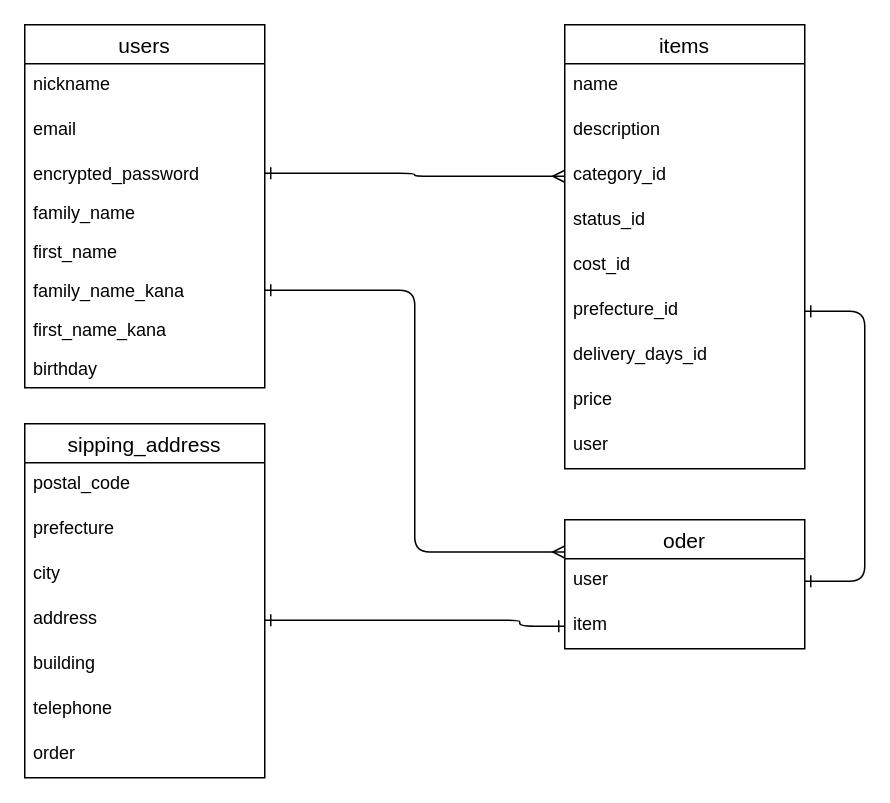
Earlier version of the draw.io diagram furima.dio (k7010/furima-37868). Source tidied: cells renumbered, new cells numbered last; positions are measured from the earlier drawing's top-left corner, leaving out a move shared by most shapes. Both pictures are drawn from the tidied source at 150%, with x=0, y=0 at pixel (24, 24).
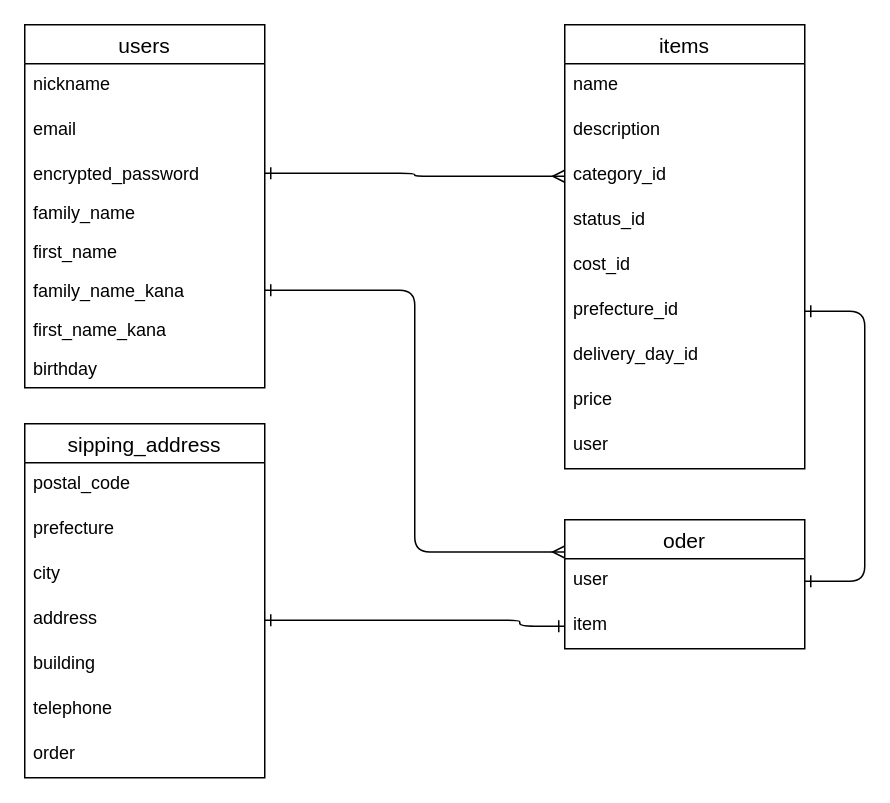
Above is the later version.

Commit message (it also covers changes not shown here):
データベース設計の再修正

The change refers to these unchanged cells:
```xml
<mxCell id="19" value="items" style="swimlane;fontStyle=0;horizontal=1;startSize=26;align=center;fontSize=14;" parent="1" vertex="1">
  <mxGeometry x="360" width="160" height="296" as="geometry" />
</mxCell>
```

Diff of the diagram source:
```diff
@@
-    <mxCell id="26" value="delivery_days_id" style="text;strokeColor=none;fillColor=none;spacingLeft=4;spacingRight=4;overflow=hidden;fontSize=12;" parent="19" vertex="1">
+    <mxCell id="26" value="delivery_day_id" style="text;strokeColor=none;fillColor=none;spacingLeft=4;spacingRight=4;overflow=hidden;fontSize=12;" parent="19" vertex="1">
       <mxGeometry y="206" width="160" height="30" as="geometry" />
     </mxCell>
```
